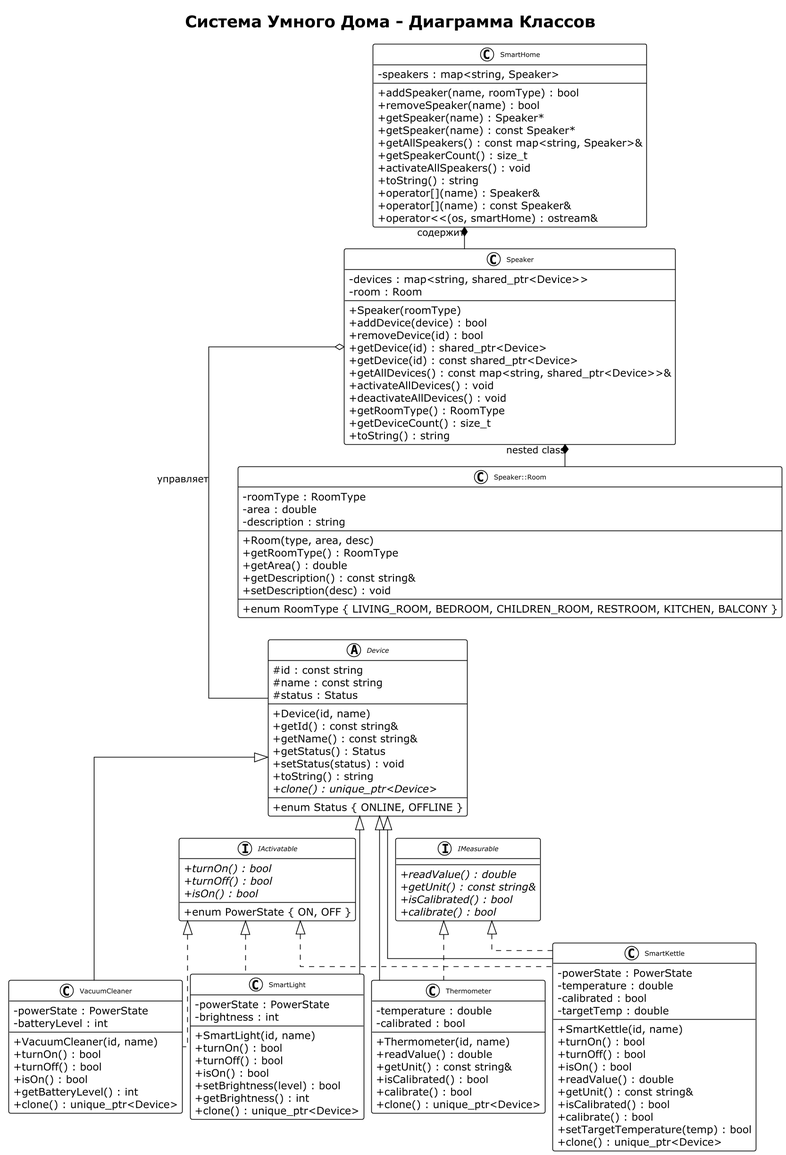
abigotado/smart-house keeps this PlantUML diagram as docs/SmartHouse_ClassDiagram.png. Above is the earlier version.
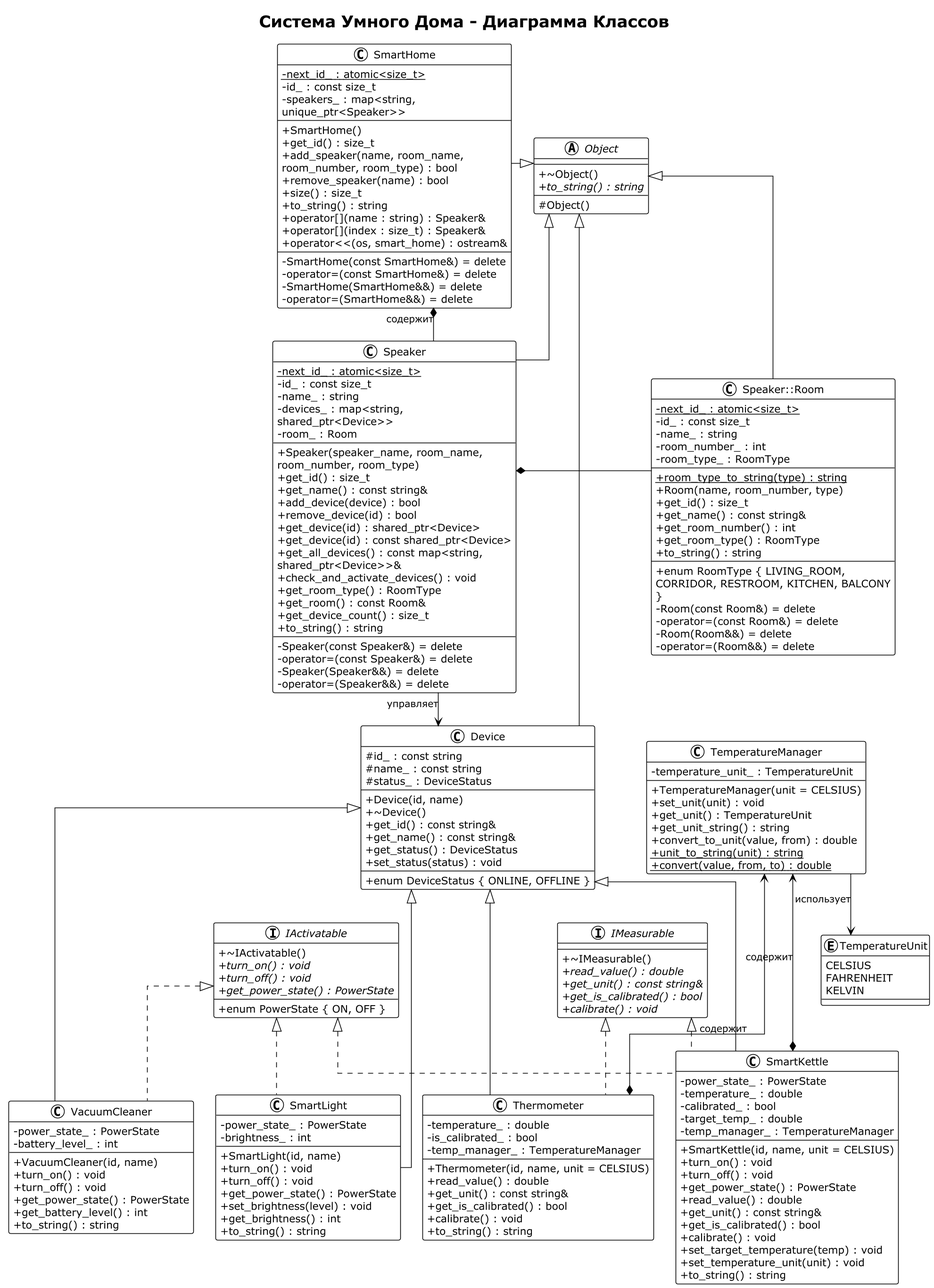
Above is the later version.

Diff of the diagram source:
```diff
@@ -2,164 +2,227 @@
 
 !theme plain
 skinparam classAttributeIconSize 0
-skinparam classFontSize 9
-skinparam packageFontSize 11
+skinparam classFontSize 14
+skinparam packageFontSize 12
 skinparam dpi 150
 skinparam linetype ortho
-skinparam nodesep 10
-skinparam ranksep 30
+skinparam nodesep 30
+skinparam ranksep 45
+skinparam minClassWidth 140
+skinparam maxClassWidth 350
+skinparam wrapWidth 320
 
 title "Система Умного Дома - Диаграмма Классов"
 
 class SmartHome {
-    - speakers : map<string, Speaker>
+    - {static} next_id_ : atomic<size_t>
+    - id_ : const size_t
+    - speakers_ : map<string, unique_ptr<Speaker>>
     --
-    + addSpeaker(name, roomType) : bool
-    + removeSpeaker(name) : bool
-    + getSpeaker(name) : Speaker*
-    + getSpeaker(name) : const Speaker*
-    + getAllSpeakers() : const map<string, Speaker>&
-    + getSpeakerCount() : size_t
-    + activateAllSpeakers() : void
-    + toString() : string
-    + operator[](name) : Speaker&
-    + operator[](name) : const Speaker&
-    + operator<<(os, smartHome) : ostream&
+    + SmartHome()
+    + get_id() : size_t
+    + add_speaker(name, room_name, room_number, room_type) : bool
+    + remove_speaker(name) : bool
+    + size() : size_t
+    + to_string() : string
+    + operator[](name : string) : Speaker&
+    + operator[](index : size_t) : Speaker&
+    + operator<<(os, smart_home) : ostream&
+    --
+    - SmartHome(const SmartHome&) = delete
+    - operator=(const SmartHome&) = delete
+    - SmartHome(SmartHome&&) = delete
+    - operator=(SmartHome&&) = delete
 }
 
 class Speaker {
-    - devices : map<string, shared_ptr<Device>>
-    - room : Room
+    - {static} next_id_ : atomic<size_t>
+    - id_ : const size_t
+    - name_ : string
+    - devices_ : map<string, shared_ptr<Device>>
+    - room_ : Room
     --
-    + Speaker(roomType)
-    + addDevice(device) : bool
-    + removeDevice(id) : bool
-    + getDevice(id) : shared_ptr<Device>
-    + getDevice(id) : const shared_ptr<Device>
-    + getAllDevices() : const map<string, shared_ptr<Device>>&
-    + activateAllDevices() : void
-    + deactivateAllDevices() : void
-    + getRoomType() : RoomType
-    + getDeviceCount() : size_t
-    + toString() : string
+    + Speaker(speaker_name, room_name, room_number, room_type)
+    + get_id() : size_t
+    + get_name() : const string&
+    + add_device(device) : bool
+    + remove_device(id) : bool
+    + get_device(id) : shared_ptr<Device>
+    + get_device(id) : const shared_ptr<Device>
+    + get_all_devices() : const map<string, shared_ptr<Device>>&
+    + check_and_activate_devices() : void
+    + get_room_type() : RoomType
+    + get_room() : const Room&
+    + get_device_count() : size_t
+    + to_string() : string
+    --
+    - Speaker(const Speaker&) = delete
+    - operator=(const Speaker&) = delete
+    - Speaker(Speaker&&) = delete
+    - operator=(Speaker&&) = delete
 }
 
 class "Speaker::Room" as Room {
-    - roomType : RoomType
-    - area : double
-    - description : string
+    - {static} next_id_ : atomic<size_t>
+    - id_ : const size_t
+    - name_ : string
+    - room_number_ : int
+    - room_type_ : RoomType
     --
-    + Room(type, area, desc)
-    + getRoomType() : RoomType
-    + getArea() : double
-    + getDescription() : const string&
-    + setDescription(desc) : void
+    + {static} room_type_to_string(type) : string
+    + Room(name, room_number, type)
+    + get_id() : size_t
+    + get_name() : const string&
+    + get_room_number() : int
+    + get_room_type() : RoomType
+    + to_string() : string
     --
-    + enum RoomType { LIVING_ROOM, BEDROOM, CHILDREN_ROOM, RESTROOM, KITCHEN, BALCONY }
+    + enum RoomType { LIVING_ROOM, CORRIDOR, RESTROOM, KITCHEN, BALCONY }
+    - Room(const Room&) = delete
+    - operator=(const Room&) = delete
+    - Room(Room&&) = delete
+    - operator=(Room&&) = delete
 }
 
-abstract class Device {
-    # id : const string
-    # name : const string
-    # status : Status
+class Device {
+    # id_ : const string
+    # name_ : const string
+    # status_ : DeviceStatus
     --
     + Device(id, name)
-    + getId() : const string&
-    + getName() : const string&
-    + getStatus() : Status
-    + setStatus(status) : void
-    + toString() : string
-    + {abstract} clone() : unique_ptr<Device>
+    + ~Device()
+    + get_id() : const string&
+    + get_name() : const string&
+    + get_status() : DeviceStatus
+    + set_status(status) : void
     --
-    + enum Status { ONLINE, OFFLINE }
+    + enum DeviceStatus { ONLINE, OFFLINE }
+}
+
+abstract class Object {
+    --
+    + ~Object()
+    + {abstract} to_string() : string
+    --
+    # Object()
+}
+
+enum TemperatureUnit {
+    CELSIUS
+    FAHRENHEIT
+    KELVIN
+}
+
+class TemperatureManager {
+    - temperature_unit_ : TemperatureUnit
+    --
+    + TemperatureManager(unit = CELSIUS)
+    + set_unit(unit) : void
+    + get_unit() : TemperatureUnit
+    + get_unit_string() : string
+    + convert_to_unit(value, from) : double
+    + {static} unit_to_string(unit) : string
+    + {static} convert(value, from, to) : double
 }
 
 interface IActivatable {
-    + {abstract} turnOn() : bool
-    + {abstract} turnOff() : bool
-    + {abstract} isOn() : bool
+    + ~IActivatable()
+    + {abstract} turn_on() : void
+    + {abstract} turn_off() : void
+    + {abstract} get_power_state() : PowerState
     --
     + enum PowerState { ON, OFF }
 }
 
 interface IMeasurable {
-    + {abstract} readValue() : double
-    + {abstract} getUnit() : const string&
-    + {abstract} isCalibrated() : bool
-    + {abstract} calibrate() : bool
+    + ~IMeasurable()
+    + {abstract} read_value() : double
+    + {abstract} get_unit() : const string&
+    + {abstract} get_is_calibrated() : bool
+    + {abstract} calibrate() : void
 }
 
 class VacuumCleaner {
-    - powerState : PowerState
-    - batteryLevel : int
+    - power_state_ : PowerState
+    - battery_level_ : int
     --
     + VacuumCleaner(id, name)
-    + turnOn() : bool
-    + turnOff() : bool
-    + isOn() : bool
-    + getBatteryLevel() : int
-    + clone() : unique_ptr<Device>
+    + turn_on() : void
+    + turn_off() : void
+    + get_power_state() : PowerState
+    + get_battery_level() : int
+    + to_string() : string
 }
 
 class SmartLight {
-    - powerState : PowerState
-    - brightness : int
+    - power_state_ : PowerState
+    - brightness_ : int
     --
     + SmartLight(id, name)
-    + turnOn() : bool
-    + turnOff() : bool
-    + isOn() : bool
-    + setBrightness(level) : bool
-    + getBrightness() : int
-    + clone() : unique_ptr<Device>
+    + turn_on() : void
+    + turn_off() : void
+    + get_power_state() : PowerState
+    + set_brightness(level) : void
+    + get_brightness() : int
+    + to_string() : string
 }
 
 class Thermometer {
-    - temperature : double
-    - calibrated : bool
+    - temperature_ : double
+    - is_calibrated_ : bool
+    - temp_manager_ : TemperatureManager
     --
-    + Thermometer(id, name)
-    + readValue() : double
-    + getUnit() : const string&
-    + isCalibrated() : bool
-    + calibrate() : bool
-    + clone() : unique_ptr<Device>
+    + Thermometer(id, name, unit = CELSIUS)
+    + read_value() : double
+    + get_unit() : const string&
+    + get_is_calibrated() : bool
+    + calibrate() : void
+    + to_string() : string
 }
 
 class SmartKettle {
-    - powerState : PowerState
-    - temperature : double
-    - calibrated : bool
-    - targetTemp : double
+    - power_state_ : PowerState
+    - temperature_ : double
+    - calibrated_ : bool
+    - target_temp_ : double
+    - temp_manager_ : TemperatureManager
     --
-    + SmartKettle(id, name)
-    + turnOn() : bool
-    + turnOff() : bool
-    + isOn() : bool
-    + readValue() : double
-    + getUnit() : const string&
-    + isCalibrated() : bool
-    + calibrate() : bool
-    + setTargetTemperature(temp) : bool
-    + clone() : unique_ptr<Device>
+    + SmartKettle(id, name, unit = CELSIUS)
+    + turn_on() : void
+    + turn_off() : void
+    + get_power_state() : PowerState
+    + read_value() : double
+    + get_unit() : const string&
+    + get_is_calibrated() : bool
+    + calibrate() : void
+    + set_target_temperature(temp) : void
+    + set_temperature_unit(unit) : void
+    + to_string() : string
 }
 
+SmartHome -[hidden]right- Object
+Object -[hidden]right- TemperatureManager
+SmartHome -[hidden]down-> Speaker
+Speaker -[hidden]right- Room
+Object -[hidden]down-> Device
+Device -[hidden]right- TemperatureManager
+TemperatureManager -[hidden]down- TemperatureUnit
+Device -[hidden]down-> IActivatable
 IActivatable -[hidden]right- IMeasurable
-
 VacuumCleaner -[hidden]right- SmartLight
 Thermometer -[hidden]right- SmartKettle
-
-SmartHome -[hidden]down-> Speaker
-Speaker -[hidden]down-> Room
-Room -[hidden]down-> Device
-Device -[hidden]down-> IActivatable
 IActivatable -[hidden]down-> VacuumCleaner
+IMeasurable -[hidden]down-> Thermometer
 
 SmartHome *-- Speaker : "содержит"
-Speaker *-- Room : "nested class"
+Speaker *-- Room
 
-Speaker o-- Device : "управляет"
+Speaker --> Device : "управляет"
 
+Object <|-- Device
+Object <|-- SmartHome
+Object <|-- Speaker
+Object <|-- Room
 Device <|-- VacuumCleaner
 Device <|-- SmartLight
 Device <|-- Thermometer
@@ -171,4 +234,9 @@
 IActivatable <|.. SmartKettle
 IMeasurable <|.. SmartKettle
 
+TemperatureManager <--* Thermometer : "содержит"
+TemperatureManager <--* SmartKettle : "содержит"
+
+TemperatureManager --> TemperatureUnit : "использует"
+
 @enduml
```
